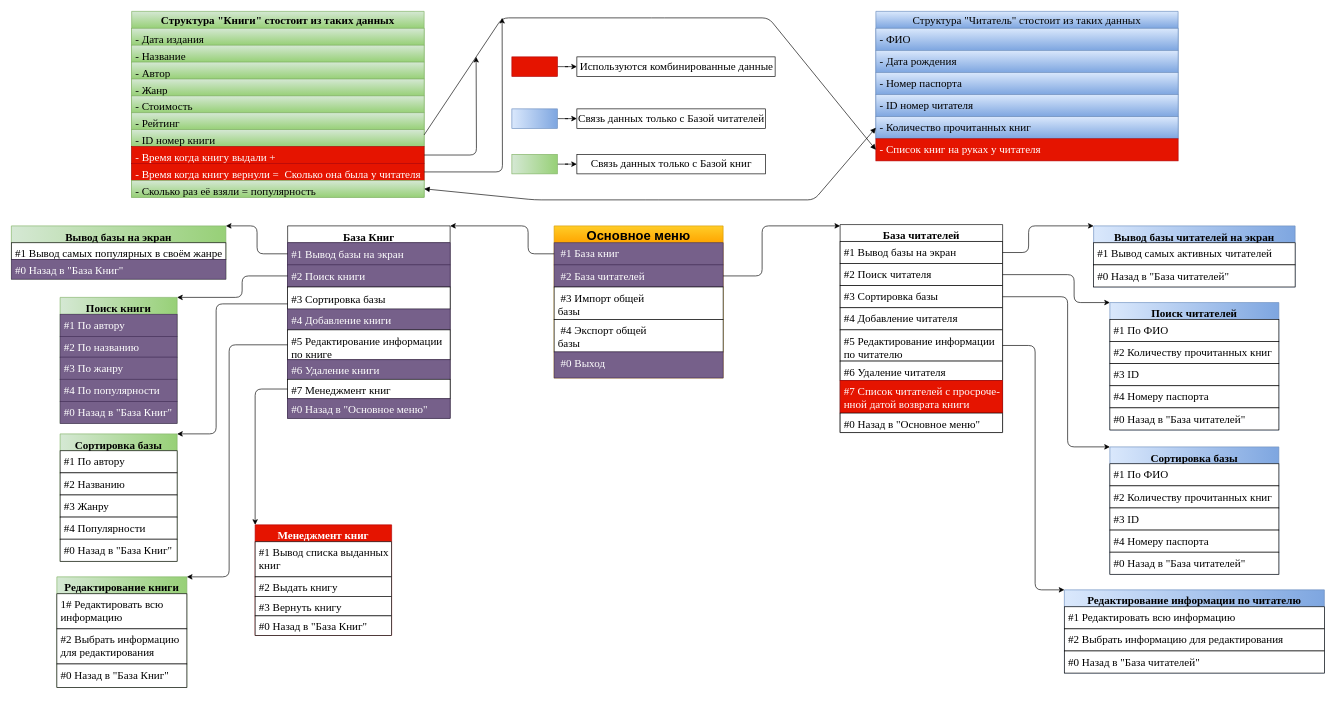
KvasAL/Digital-Library keeps this draw.io diagram as Application operation diagram.drawio. Above is the earlier version. Source tidied: cells renumbered, new cells numbered last; positions are measured from the earlier drawing's top-left corner, leaving out a move shared by most shapes. Both pictures are drawn from the tidied source at 65%, with x=0, y=0 at pixel (11, 11).
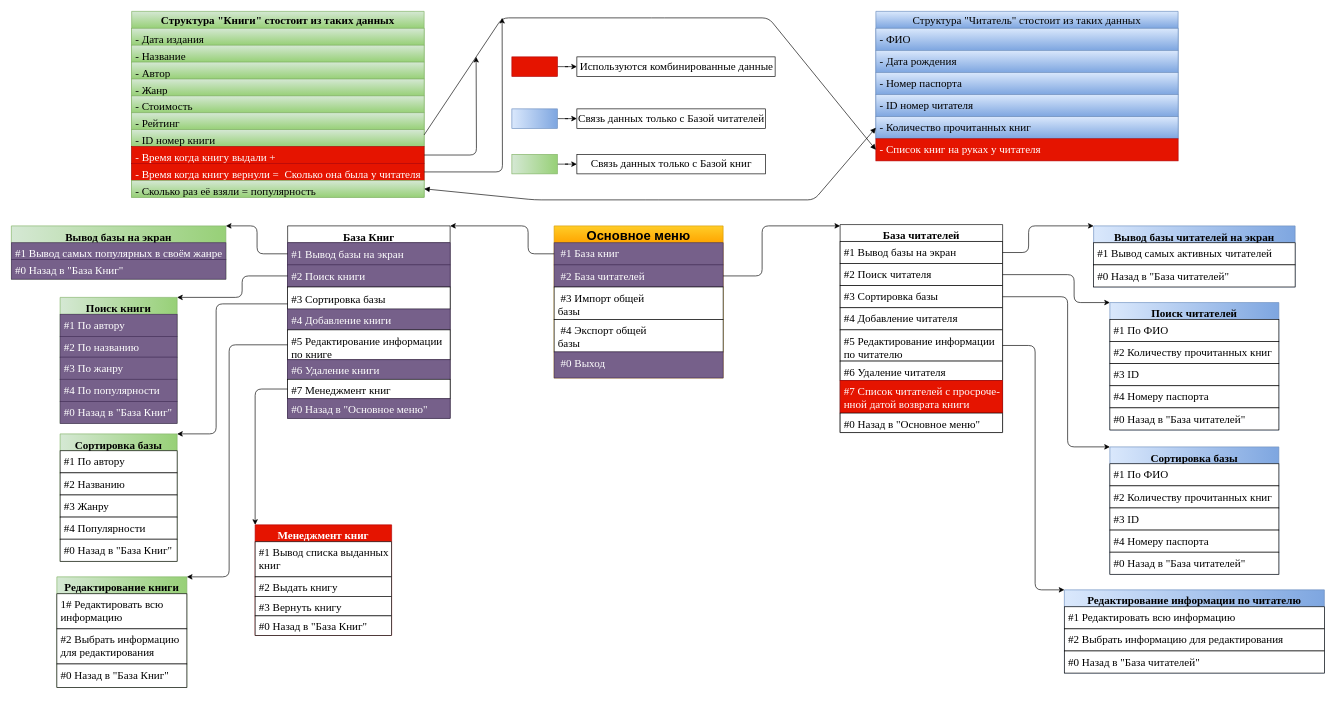
The same page after the edit.

Unchanged cells that the change refers to:
```xml
<mxCell id="17" value="Вывод базы на экран" style="swimlane;fontStyle=1;align=center;verticalAlign=top;horizontal=1;startSize=26;rounded=0;shadow=0;glass=0;sketch=0;fontFamily=Times New Roman;fontSize=17;strokeColor=#82b366;strokeWidth=1;fillColor=#d5e8d4;gradientDirection=east;gradientColor=#97d077;" parent="1" vertex="1">
  <mxGeometry y="330" width="330" height="82" as="geometry" />
</mxCell>
```

What changed in the source:
```diff
@@
-    <mxCell id="18" value="#1 Вывод самых популярных в своём жанре" style="text;strokeColor=default;fillColor=default;align=left;verticalAlign=top;spacingLeft=4;spacingRight=4;overflow=hidden;rounded=0;shadow=0;glass=0;sketch=0;fontFamily=Times New Roman;fontSize=17;" parent="17" vertex="1">
+    <mxCell id="18" value="#1 Вывод самых популярных в своём жанре" style="text;strokeColor=#432D57;fillColor=#76608a;align=left;verticalAlign=top;spacingLeft=4;spacingRight=4;overflow=hidden;rounded=0;shadow=0;glass=0;sketch=0;fontFamily=Times New Roman;fontSize=17;fontColor=#ffffff;" parent="17" vertex="1">
       <mxGeometry y="26" width="330" height="26" as="geometry" />
     </mxCell>
```
